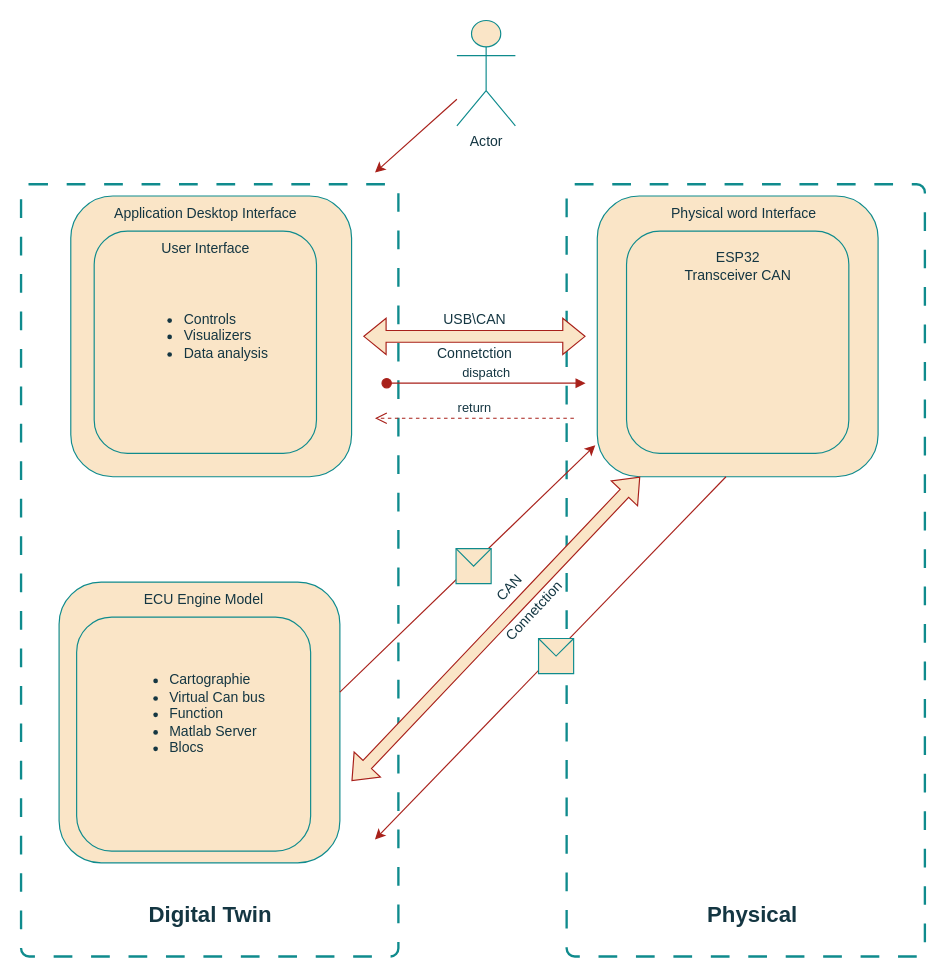
The draw.io diagram Diagramme sans nom.drawio in XzaydX/fist-repo, before the edit. Source tidied: cells renumbered, new cells numbered last; positions are measured from the earlier drawing's top-left corner, leaving out a move shared by most shapes. Both pictures are drawn from the tidied source at 117%, with x=0, y=0 at pixel (21, 20).
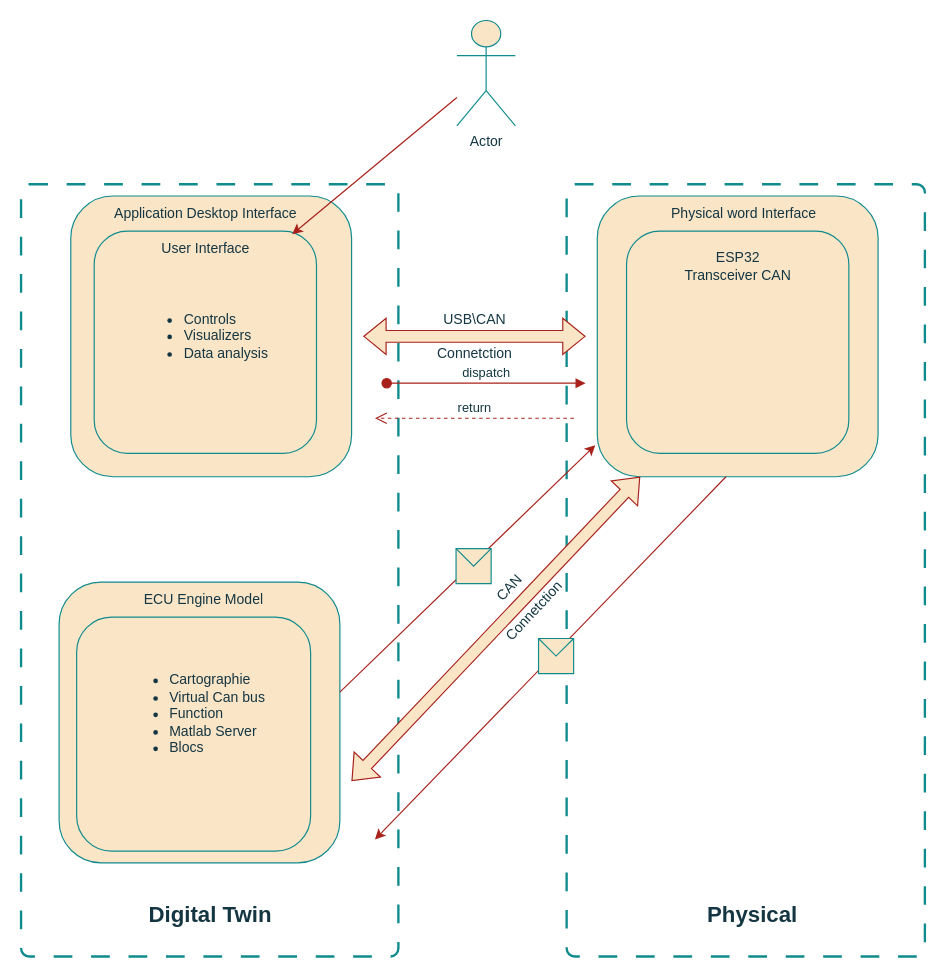
The same diagram, later.

Commit message:
Mettre à jour Diagramme sans nom.drawio

The change refers to these unchanged cells:
```xml
<mxCell id="6" value="Actor" style="shape=umlActor;verticalLabelPosition=bottom;verticalAlign=top;html=1;outlineConnect=0;rounded=1;labelBackgroundColor=none;fillColor=#FAE5C7;strokeColor=#0F8B8D;fontColor=#143642;" parent="1" vertex="1">
  <mxGeometry x="372" width="50" height="90" as="geometry" />
</mxCell>
<mxCell id="7" style="whiteSpace=wrap;html=1;fillColor=#FAE5C7;rounded=1;labelBackgroundColor=none;strokeColor=#0F8B8D;fontColor=#143642;" parent="1" vertex="1">
  <mxGeometry x="62" y="180" width="190" height="190" as="geometry" />
</mxCell>
```

What changed in the source:
```diff
@@
-    <mxCell id="30" style="endArrow=classic;html=1;rounded=0;strokeColor=#A8201A;fontColor=#143642;fillColor=#FAE5C7;" parent="1" edge="1" source="6">
-      <mxGeometry relative="1" as="geometry">
-        <mxPoint x="302" y="130" as="targetPoint" />
-      </mxGeometry>
+    <mxCell id="30" style="endArrow=classic;html=1;rounded=0;strokeColor=#A8201A;fontColor=#143642;fillColor=#FAE5C7;entryX=0.891;entryY=0.014;entryDx=0;entryDy=0;entryPerimeter=0;" parent="1" edge="1" source="6" target="7">
+      <mxGeometry relative="1" as="geometry" />
     </mxCell>
```
